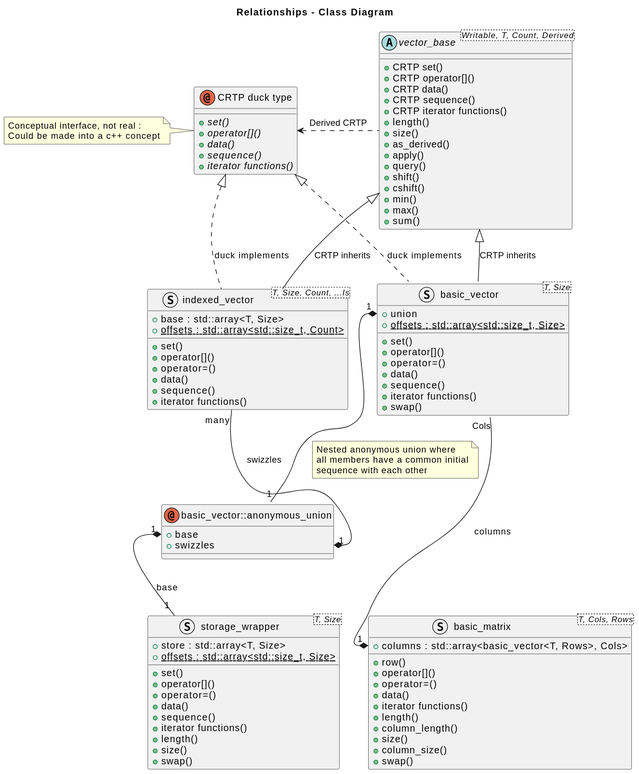
Earlier version of the PlantUML export docs/dsga.svg (davidbrowne/dsga).
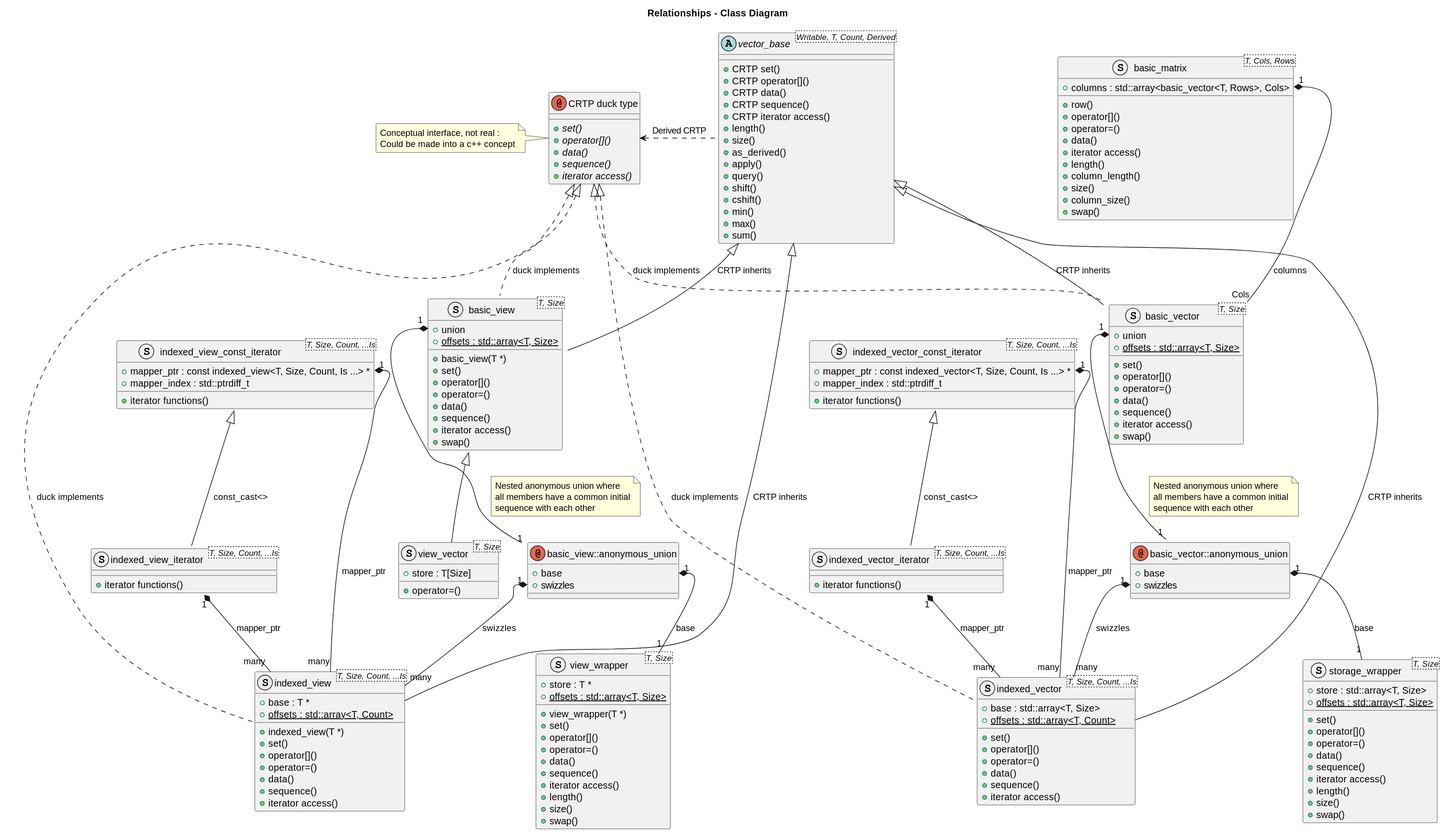
The same file after the commit.

Diff of the diagram source:
```diff
@@ -6,7 +6,7 @@
 		+ {abstract} operator[]()
 		+ {abstract} data()
 		+ {abstract} sequence()
-		+ {abstract} iterator functions()
+		+ {abstract} iterator access()
 	}
 	note left of "CRTP duck type"
 		Conceptual interface, not real :
@@ -18,7 +18,7 @@
 		+ CRTP operator[]()
 		+ CRTP data()
 		+ CRTP sequence()
-		+ CRTP iterator functions()
+		+ CRTP iterator access()
 		+ length()
 		+ size()
 		+ as_derived()
@@ -30,16 +30,49 @@
 		+ max()
 		+ sum()
 	}
+	struct indexed_vector_const_iterator<T, Size, Count, ...Is>
+	{
+		+ mapper_ptr : const indexed_vector<T, Size, Count, Is ...> *
+		+ mapper_index : std::ptrdiff_t
+		+ iterator functions()
+	}
+	struct indexed_vector_iterator<T, Size, Count, ...Is>
+	{
+		+ iterator functions()
+	}
+	struct indexed_view_const_iterator<T, Size, Count, ...Is>
+	{
+		+ mapper_ptr : const indexed_view<T, Size, Count, Is ...> *
+		+ mapper_index : std::ptrdiff_t
+		+ iterator functions()
+	}
+	struct indexed_view_iterator<T, Size, Count, ...Is>
+	{
+		+ iterator functions()
+	}
 	struct basic_vector<T, Size>
 	{
 		+ union
-		+ {static} offsets : std::array<std::size_t, Size>
+		+ {static} offsets : std::array<T, Size>
 		+ set()
 		+ operator[]()
 		+ operator=()
 		+ data()
 		+ sequence()
-		+ iterator functions()
+		+ iterator access()
+		+ swap()
+	}
+	struct basic_view<T, Size>
+	{
+		+ union
+		+ {static} offsets : std::array<T, Size>
+		+ basic_view(T *)
+		+ set()
+		+ operator[]()
+		+ operator=()
+		+ data()
+		+ sequence()
+		+ iterator access()
 		+ swap()
 	}
 	annotation basic_vector::anonymous_union
@@ -47,30 +80,67 @@
 		+ base
 		+ swizzles
 	}
+	annotation basic_view::anonymous_union
+	{
+		+ base
+		+ swizzles
+	}
 	struct storage_wrapper<T, Size>
 	{
 		+ store : std::array<T, Size>
-		+ {static} offsets : std::array<std::size_t, Size>
+		+ {static} offsets : std::array<T, Size>
 		+ set()
 		+ operator[]()
 		+ operator=()
 		+ data()
 		+ sequence()
-		+ iterator functions()
+		+ iterator access()
 		+ length()
 		+ size()
 		+ swap()
 	}
-	struct indexed_vector<T, Size, Count, ...Is>
+	struct view_wrapper<T, Size>
 	{
-		+ base : std::array<T, Size>
-		+ {static} offsets : std::array<std::size_t, Count>
+		+ store : T *
+		+ {static} offsets : std::array<T, Size>
+		+ view_wrapper(T *)
 		+ set()
 		+ operator[]()
 		+ operator=()
 		+ data()
 		+ sequence()
-		+ iterator functions()
+		+ iterator access()
+		+ length()
+		+ size()
+		+ swap()
+	}
+	struct view_vector<T, Size>
+	{
+		+ store : T[Size]
+		+ operator=()
+	}
+	struct indexed_vector<T, Size, Count, ...Is>
+	{
+		+ base : std::array<T, Size>
+		+ {static} offsets : std::array<T, Count>
+		+ set()
+		+ operator[]()
+		+ operator=()
+		+ data()
+		+ sequence()
+		+ iterator access()
+	}
+	struct indexed_view<T, Size, Count, ...Is>
+	{
+		+ base : T *
+		+ {static} offsets : std::array<T, Count>
+		+ indexed_view(T *)
+		+ set()
+		+ operator[]()
+		+ operator=()
+		+ data()
+		+ sequence()
+		+ iterator access()
 	}
 	struct basic_matrix<T, Cols, Rows>
 	{
@@ -79,7 +149,7 @@
 		+ operator[]()
 		+ operator=()
 		+ data()
-		+ iterator functions()
+		+ iterator access()
 		+ length()
 		+ column_length()
 		+ size()
@@ -87,9 +157,16 @@
 		+ swap()
 	}
 	vector_base <|-- basic_vector: CRTP inherits
+	vector_base <|-- basic_view: CRTP inherits
 	vector_base <|-- indexed_vector : CRTP inherits
+	vector_base <|-- indexed_view : CRTP inherits
+	basic_view <|-- view_vector
+	indexed_vector_const_iterator <|-- indexed_vector_iterator : const_cast<>
+	indexed_view_const_iterator <|-- indexed_view_iterator : const_cast<>
 	"CRTP duck type" ^.. basic_vector : duck implements
+	"CRTP duck type" ^.. basic_view : duck implements
 	"CRTP duck type" ^.. indexed_vector : duck implements
+	"CRTP duck type" ^.. indexed_view : duck implements
 	basic_vector::anonymous_union::base "1" *-- "1" storage_wrapper : base
 	basic_vector::anonymous_union::swizzles "1" *-- "many" indexed_vector : swizzles
 	basic_vector::union "1" *-- "1" basic_vector::anonymous_union
@@ -98,8 +175,18 @@
 	  all members have a common initial
 	  sequence with each other
 	end note
+	indexed_vector_const_iterator::mapper_ptr "1" *-- "many" indexed_vector : mapper_ptr
+	indexed_vector_iterator::mapper_ptr "1" *-- "many" indexed_vector : mapper_ptr
+	indexed_view_const_iterator::mapper_ptr "1" *-- "many" indexed_view : mapper_ptr
+	indexed_view_iterator::mapper_ptr "1" *-- "many" indexed_view : mapper_ptr
+	basic_view::anonymous_union::base "1" *-- "1" view_wrapper : base
+	basic_view::anonymous_union::swizzles "1" *-- "many" indexed_view : swizzles
+	basic_view::union "1" *-- "1" basic_view::anonymous_union
+	note right on link
+	  Nested anonymous union where
+	  all members have a common initial
+	  sequence with each other
+	end note
 	"CRTP duck type" <. vector_base : Derived CRTP
 	basic_matrix::columns "1" *-- "Cols" basic_vector : columns
-	basic_vector -[hidden]left- indexed_vector
-	storage_wrapper .[hidden]right. basic_matrix
 @enduml
```
